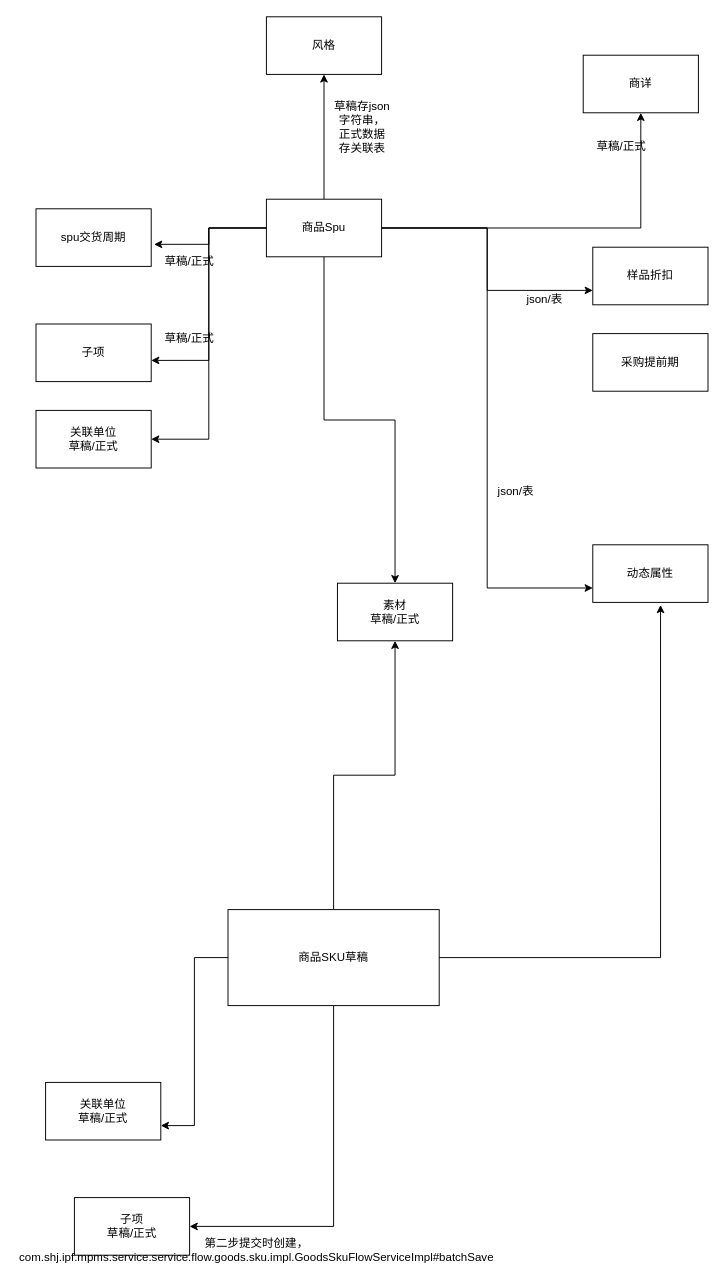
Earlier version of the draw.io diagram 商品打包逻辑梳理草稿.drawio (1846872430/shj_chart). Source tidied: cells renumbered, new cells numbered last; positions are measured from the earlier drawing's top-left corner, leaving out a move shared by most shapes. Both pictures are drawn from the tidied source at 96%, with x=0, y=0 at pixel (36, 16).
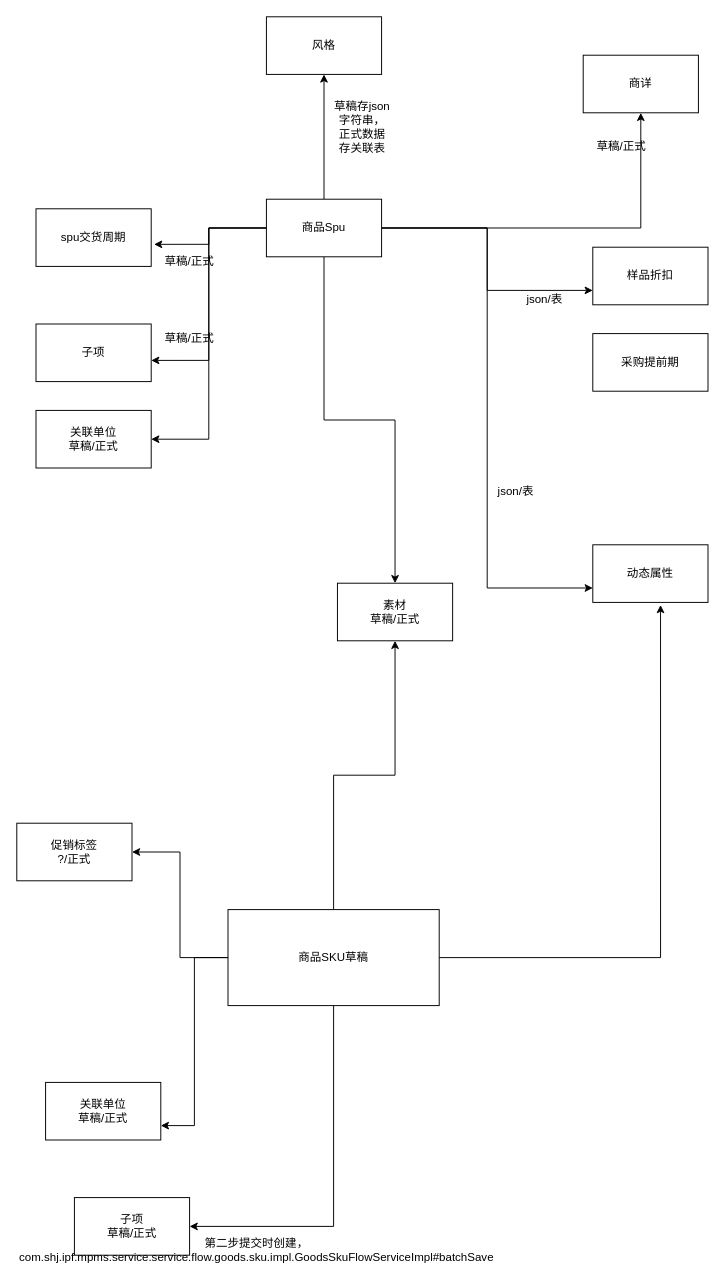
Above is the later version.

Commit message:
更新商品打包逻辑梳理草稿.drawio

The change refers to these unchanged cells:
```xml
<mxCell id="22" value="商品SKU草稿" style="rounded=0;whiteSpace=wrap;html=1;" parent="1" vertex="1">
  <mxGeometry x="200" y="930" width="220" height="100" as="geometry" />
</mxCell>
```

What changed in the source:
```diff
@@
+    <mxCell id="34" style="edgeStyle=orthogonalEdgeStyle;rounded=0;jettySize=auto;html=1;entryX=1;entryY=0.5;entryDx=0;entryDy=0;" parent="1" edge="1" source="22" target="35">
+      <mxGeometry relative="1" as="geometry" />
+    </mxCell>
@@
+    <mxCell id="35" value="促销标签&lt;br&gt;?/正式" style="rounded=0;whiteSpace=wrap;html=1;" parent="1" vertex="1">
+      <mxGeometry x="-20" y="840" width="120" height="60" as="geometry" />
+    </mxCell>
```
